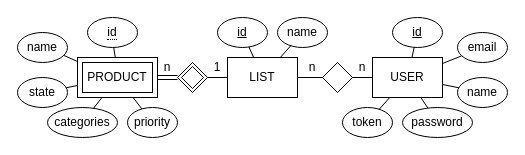
Above: server/er.drawio in tomascarvalho7/ipm-group14-2324 (draw.io), before the change. Source tidied: cells renumbered, new cells numbered last; positions are measured from the earlier drawing's top-left corner, leaving out a move shared by most shapes. Both pictures are drawn from the tidied source at 100%, with x=0, y=0 at pixel (17, 17).
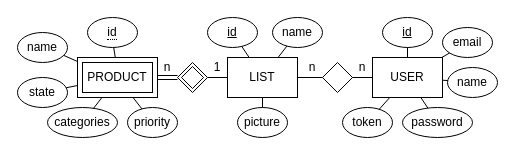
The same diagram, later.

Unchanged cells that the change refers to:
```xml
<mxCell id="3" value="LIST" style="rounded=0;whiteSpace=wrap;html=1;" parent="1" vertex="1">
  <mxGeometry x="210" y="40" width="70" height="40" as="geometry" />
</mxCell>
```

Change to the diagram source:
```diff
@@
     <mxCell id="4" value="&lt;u&gt;id&lt;/u&gt;" style="ellipse;whiteSpace=wrap;html=1;" parent="1" vertex="1">
-      <mxGeometry x="375" width="50" height="30" as="geometry" />
+      <mxGeometry x="365" width="50" height="30" as="geometry" />
     </mxCell>
     <mxCell id="5" value="&lt;span&gt;name&lt;/span&gt;" style="ellipse;whiteSpace=wrap;html=1;fontStyle=0;" parent="1" vertex="1">
-      <mxGeometry x="440" y="60" width="50" height="30" as="geometry" />
+      <mxGeometry x="430" y="50" width="50" height="30" as="geometry" />
     </mxCell>
     <mxCell id="6" value="&lt;span&gt;email&lt;/span&gt;" style="ellipse;whiteSpace=wrap;html=1;fontStyle=0;" parent="1" vertex="1">
-      <mxGeometry x="440" y="15" width="50" height="30" as="geometry" />
+      <mxGeometry x="425" y="10" width="50" height="30" as="geometry" />
     </mxCell>
@@
     <mxCell id="19" value="&lt;u&gt;id&lt;/u&gt;" style="ellipse;whiteSpace=wrap;html=1;" parent="1" vertex="1">
-      <mxGeometry x="200" width="50" height="30" as="geometry" />
+      <mxGeometry x="190" width="50" height="30" as="geometry" />
     </mxCell>
     <mxCell id="20" value="&lt;span&gt;name&lt;/span&gt;" style="ellipse;whiteSpace=wrap;html=1;fontStyle=0;" parent="1" vertex="1">
-      <mxGeometry x="260" width="50" height="30" as="geometry" />
+      <mxGeometry x="255" width="50" height="30" as="geometry" />
     </mxCell>
@@
+    <mxCell id="39" value="&lt;span&gt;picture&lt;/span&gt;" style="ellipse;whiteSpace=wrap;html=1;fontStyle=0;" parent="1" vertex="1">
+      <mxGeometry x="220" y="90" width="50" height="30" as="geometry" />
+    </mxCell>
+    <mxCell id="40" style="endArrow=none;html=1;rounded=0;" parent="1" edge="1" source="3" target="39">
+      <mxGeometry relative="1" as="geometry" />
+    </mxCell>
```
